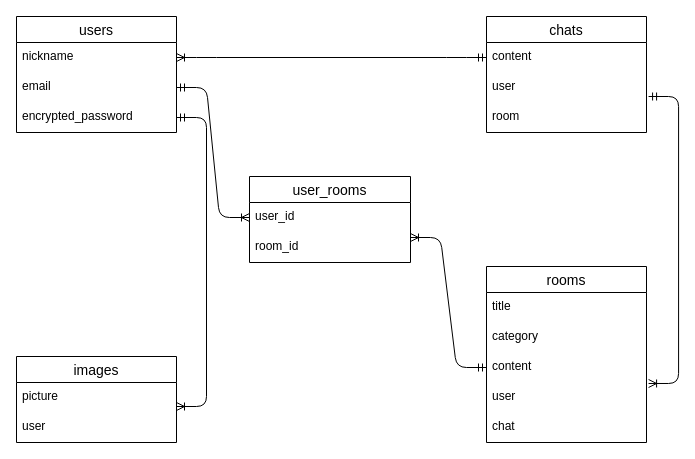
Before: amigo.dio in pii-programmer/amigo, a draw.io diagram. Source tidied: cells renumbered, new cells numbered last; positions are measured from the earlier drawing's top-left corner, leaving out a move shared by most shapes. Both pictures are drawn from the tidied source at 100%, with x=0, y=0 at pixel (16, 16).
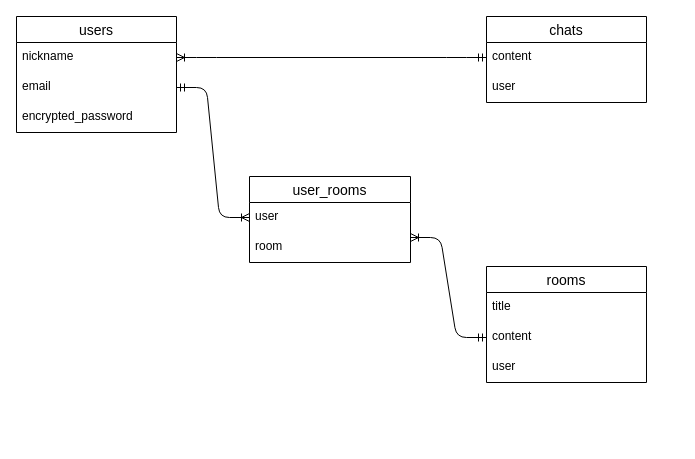
The same diagram, later.

Commit message (it also covers changes not shown here):
【DB設計】修正 README/ER図

Unchanged cells that the change refers to:
```xml
<mxCell id="5" value="encrypted_password" style="text;strokeColor=none;fillColor=none;spacingLeft=4;spacingRight=4;overflow=hidden;points=[[0,0.5],[1,0.5]];portConstraint=eastwest;fontSize=12;" parent="2" vertex="1">
  <mxGeometry y="86" width="160" height="30" as="geometry" />
</mxCell>
<mxCell id="6" value="user_rooms" style="swimlane;fontStyle=0;horizontal=1;startSize=26;align=center;fontSize=14;" parent="1" vertex="1">
  <mxGeometry x="233" y="160" width="161" height="86" as="geometry" />
</mxCell>
<mxCell id="17" value="user" style="text;strokeColor=none;fillColor=none;spacingLeft=4;spacingRight=4;overflow=hidden;points=[[0,0.5],[1,0.5]];portConstraint=eastwest;fontSize=12;" parent="15" vertex="1">
  <mxGeometry y="56" width="160" height="30" as="geometry" />
</mxCell>
```

The edit, as a diff of the source:
```diff
@@
-    <mxCell id="7" value="user_id" style="text;strokeColor=none;fillColor=none;spacingLeft=4;spacingRight=4;overflow=hidden;points=[[0,0.5],[1,0.5]];portConstraint=eastwest;fontSize=12;" parent="6" vertex="1">
+    <mxCell id="7" value="user" style="text;strokeColor=none;fillColor=none;spacingLeft=4;spacingRight=4;overflow=hidden;points=[[0,0.5],[1,0.5]];portConstraint=eastwest;fontSize=12;" parent="6" vertex="1">
       <mxGeometry y="26" width="161" height="30" as="geometry" />
     </mxCell>
-    <mxCell id="8" value="room_id" style="text;strokeColor=none;fillColor=none;spacingLeft=4;spacingRight=4;overflow=hidden;points=[[0,0.5],[1,0.5]];portConstraint=eastwest;fontSize=12;" parent="6" vertex="1">
+    <mxCell id="8" value="room" style="text;strokeColor=none;fillColor=none;spacingLeft=4;spacingRight=4;overflow=hidden;points=[[0,0.5],[1,0.5]];portConstraint=eastwest;fontSize=12;" parent="6" vertex="1">
       <mxGeometry y="56" width="161" height="30" as="geometry" />
     </mxCell>
     <mxCell id="9" value="rooms" style="swimlane;fontStyle=0;horizontal=1;startSize=26;align=center;fontSize=14;" parent="1" vertex="1">
-      <mxGeometry x="470" y="250" width="160" height="176" as="geometry" />
+      <mxGeometry x="470" y="250" width="160" height="116" as="geometry" />
     </mxCell>
-    <mxCell id="10" value="title" style="text;strokeColor=none;fillColor=none;spacingLeft=4;spacingRight=4;overflow=hidden;fontSize=12;" parent="9" vertex="1">
-      <mxGeometry y="26" width="160" height="30" as="geometry" />
-    </mxCell>
-    <mxCell id="11" value="category" style="text;strokeColor=none;fillColor=none;spacingLeft=4;spacingRight=4;overflow=hidden;fontSize=12;" parent="9" vertex="1">
-      <mxGeometry y="56" width="160" height="30" as="geometry" />
-    </mxCell>
+    <mxCell id="14" value="title" style="text;strokeColor=none;fillColor=none;spacingLeft=4;spacingRight=4;overflow=hidden;fontSize=12;" parent="9" vertex="1">
+      <mxGeometry y="26" width="160" height="30" as="geometry" />
+    </mxCell>
     <mxCell id="12" value="content" style="text;strokeColor=none;fillColor=none;spacingLeft=4;spacingRight=4;overflow=hidden;points=[[0,0.5],[1,0.5]];portConstraint=eastwest;fontSize=12;" parent="9" vertex="1">
-      <mxGeometry y="86" width="160" height="30" as="geometry" />
+      <mxGeometry y="56" width="160" height="30" as="geometry" />
     </mxCell>
     <mxCell id="13" value="user" style="text;strokeColor=none;fillColor=none;spacingLeft=4;spacingRight=4;overflow=hidden;points=[[0,0.5],[1,0.5]];portConstraint=eastwest;fontSize=12;" parent="9" vertex="1">
-      <mxGeometry y="116" width="160" height="30" as="geometry" />
+      <mxGeometry y="86" width="160" height="30" as="geometry" />
     </mxCell>
-    <mxCell id="14" value="chat" style="text;strokeColor=none;fillColor=none;spacingLeft=4;spacingRight=4;overflow=hidden;fontSize=12;" parent="9" vertex="1">
-      <mxGeometry y="146" width="160" height="30" as="geometry" />
-    </mxCell>
     <mxCell id="15" value="chats" style="swimlane;fontStyle=0;horizontal=1;startSize=26;align=center;fontSize=14;" parent="1" vertex="1">
-      <mxGeometry x="470" width="160" height="116" as="geometry" />
+      <mxGeometry x="470" width="160" height="86" as="geometry" />
     </mxCell>
@@
-    <mxCell id="18" value="room" style="text;strokeColor=none;fillColor=none;spacingLeft=4;spacingRight=4;overflow=hidden;fontSize=12;" parent="15" vertex="1">
-      <mxGeometry y="86" width="160" height="30" as="geometry" />
-    </mxCell>
-    <mxCell id="19" value="images" style="swimlane;fontStyle=0;horizontal=1;startSize=26;align=center;fontSize=14;" parent="1" vertex="1">
-      <mxGeometry y="340" width="160" height="86" as="geometry" />
-    </mxCell>
-    <mxCell id="20" value="picture" style="text;strokeColor=none;fillColor=none;spacingLeft=4;spacingRight=4;overflow=hidden;points=[[0,0.5],[1,0.5]];portConstraint=eastwest;fontSize=12;" parent="19" vertex="1">
-      <mxGeometry y="26" width="160" height="30" as="geometry" />
-    </mxCell>
-    <mxCell id="21" value="user" style="text;strokeColor=none;fillColor=none;spacingLeft=4;spacingRight=4;overflow=hidden;fontSize=12;" parent="19" vertex="1">
-      <mxGeometry y="56" width="160" height="30" as="geometry" />
-    </mxCell>
@@
-    <mxCell id="24" style="edgeStyle=entityRelationEdgeStyle;fontSize=12;html=1;endArrow=ERoneToMany;startArrow=ERmandOne;exitX=1;exitY=0.5;exitDx=0;exitDy=0;entryX=1;entryY=0.8;entryDx=0;entryDy=0;entryPerimeter=0;" parent="1" edge="1" source="5" target="20">
-      <mxGeometry relative="1" as="geometry" />
-    </mxCell>
@@
-    <mxCell id="26" style="edgeStyle=entityRelationEdgeStyle;fontSize=12;html=1;endArrow=ERoneToMany;startArrow=ERmandOne;entryX=1.013;entryY=0.033;entryDx=0;entryDy=0;entryPerimeter=0;exitX=1.013;exitY=0.8;exitDx=0;exitDy=0;exitPerimeter=0;" parent="1" edge="1" source="17" target="13">
-      <mxGeometry relative="1" as="geometry" />
-    </mxCell>
```
